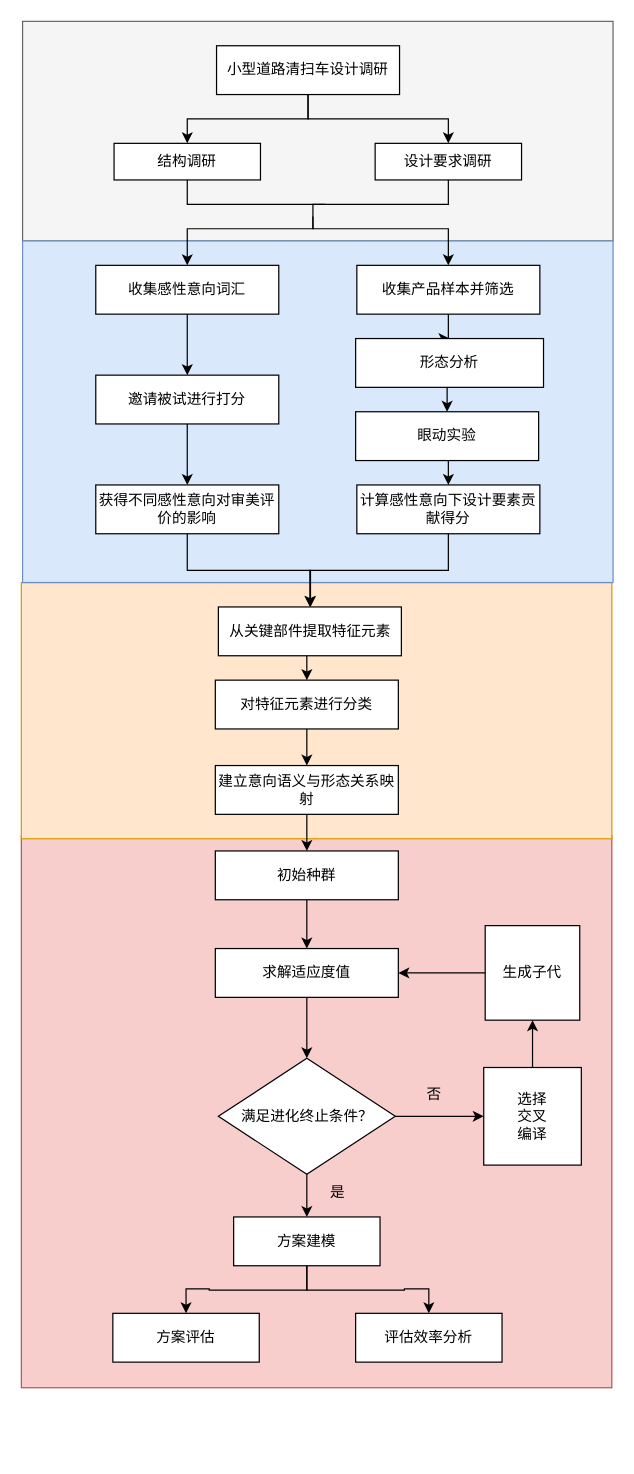
Before: 毕业设计.drawio in df3dysn/Yang-, a draw.io diagram. Source tidied: cells renumbered, new cells numbered last; positions are measured from the earlier drawing's top-left corner, leaving out a move shared by most shapes. Both pictures are drawn from the tidied source at 122%, with x=0, y=0 at pixel (21, 21).
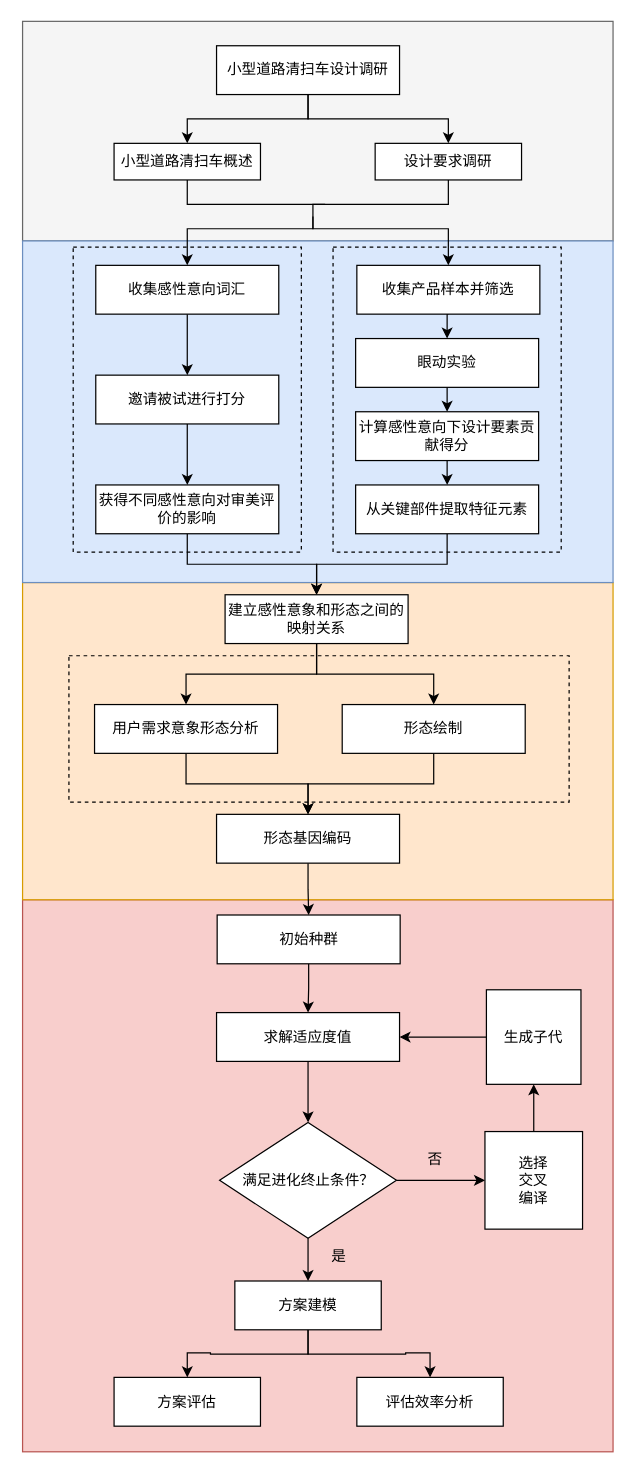
The same page after the edit.

Unchanged cells that the change refers to:
```xml
<mxCell id="11" value="收集产品样本并筛选" style="rounded=0;whiteSpace=wrap;html=1;" parent="1" vertex="1">
  <mxGeometry x="275" y="200" width="150" height="40" as="geometry" />
</mxCell>
<mxCell id="15" value="获得不同感性意向对审美评价的影响" style="rounded=0;whiteSpace=wrap;html=1;" parent="1" vertex="1">
  <mxGeometry x="61" y="380" width="150" height="40" as="geometry" />
</mxCell>
```

Change to the diagram source:
```diff
@@
     <mxCell id="3" style="rounded=0;whiteSpace=wrap;html=1;fillColor=#f8cecc;strokeColor=#b85450;" parent="1" vertex="1">
-      <mxGeometry y="667.5" width="484" height="452.5" as="geometry" />
+      <mxGeometry x="1" y="720" width="484" height="452.5" as="geometry" />
     </mxCell>
     <mxCell id="4" style="rounded=0;whiteSpace=wrap;html=1;fillColor=#ffe6cc;strokeColor=#d79b00;" parent="1" vertex="1">
-      <mxGeometry y="460" width="484" height="210" as="geometry" />
+      <mxGeometry x="1" y="460" width="484" height="260" as="geometry" />
     </mxCell>
@@
-    <mxCell id="10" style="edgeStyle=orthogonalEdgeStyle;rounded=0;jettySize=auto;html=1;startArrow=none;startFill=0;endArrow=classic;endFill=1;" parent="1" edge="1" source="11" target="51">
-      <mxGeometry relative="1" as="geometry" />
-    </mxCell>
+    <mxCell id="52" style="edgeStyle=orthogonalEdgeStyle;rounded=0;jettySize=auto;html=1;exitX=0.5;exitY=1;exitDx=0;exitDy=0;entryX=0.5;entryY=0;entryDx=0;entryDy=0;" parent="1" edge="1" source="11" target="17">
+      <mxGeometry relative="1" as="geometry" />
+    </mxCell>
@@
-    <mxCell id="14" style="edgeStyle=orthogonalEdgeStyle;rounded=0;jettySize=auto;html=1;exitX=0.5;exitY=1;exitDx=0;exitDy=0;" parent="1" edge="1" source="15" target="27">
-      <mxGeometry relative="1" as="geometry">
-        <Array as="points">
-          <mxPoint x="136" y="450" />
-          <mxPoint x="237" y="450" />
-        </Array>
-      </mxGeometry>
-    </mxCell>
+    <mxCell id="53" style="edgeStyle=orthogonalEdgeStyle;rounded=0;jettySize=auto;html=1;entryX=0.5;entryY=0;entryDx=0;entryDy=0;" parent="1" edge="1" source="15" target="57">
+      <mxGeometry relative="1" as="geometry" />
+    </mxCell>
@@
     <mxCell id="17" value="眼动实验" style="rounded=0;whiteSpace=wrap;html=1;" parent="1" vertex="1">
-      <mxGeometry x="274" y="320" width="150" height="40" as="geometry" />
+      <mxGeometry x="274" y="260" width="150" height="40" as="geometry" />
     </mxCell>
-    <mxCell id="18" style="edgeStyle=orthogonalEdgeStyle;rounded=0;jettySize=auto;html=1;exitX=0.5;exitY=1;exitDx=0;exitDy=0;entryX=0.5;entryY=0;entryDx=0;entryDy=0;" parent="1" edge="1" source="19" target="21">
-      <mxGeometry relative="1" as="geometry" />
-    </mxCell>
-    <mxCell id="19" value="建立意向语义与形态关系映射" style="rounded=0;whiteSpace=wrap;html=1;" parent="1" vertex="1">
-      <mxGeometry x="159" y="610" width="150" height="40" as="geometry" />
-    </mxCell>
@@
     <mxCell id="21" value="初始种群" style="rounded=0;whiteSpace=wrap;html=1;" parent="1" vertex="1">
-      <mxGeometry x="159" y="680" width="150" height="40" as="geometry" />
+      <mxGeometry x="160.5" y="732.5" width="150" height="40" as="geometry" />
     </mxCell>
     <mxCell id="22" style="edgeStyle=orthogonalEdgeStyle;rounded=0;jettySize=auto;html=1;exitX=0.5;exitY=1;exitDx=0;exitDy=0;entryX=0.5;entryY=0;entryDx=0;entryDy=0;" parent="1" edge="1" source="23" target="27">
-      <mxGeometry relative="1" as="geometry">
-        <Array as="points">
-          <mxPoint x="350" y="450" />
-          <mxPoint x="237" y="450" />
-        </Array>
-      </mxGeometry>
+      <mxGeometry relative="1" as="geometry" />
     </mxCell>
     <mxCell id="23" value="计算感性意向下设计要素贡献得分" style="rounded=0;whiteSpace=wrap;html=1;" parent="1" vertex="1">
-      <mxGeometry x="275" y="380" width="150" height="40" as="geometry" />
+      <mxGeometry x="274" y="320" width="150" height="40" as="geometry" />
     </mxCell>
@@
     <mxCell id="25" value="求解适应度值" style="rounded=0;whiteSpace=wrap;html=1;" parent="1" vertex="1">
-      <mxGeometry x="159" y="760" width="150" height="40" as="geometry" />
+      <mxGeometry x="160" y="812.5" width="150" height="40" as="geometry" />
     </mxCell>
-    <mxCell id="26" style="edgeStyle=orthogonalEdgeStyle;rounded=0;jettySize=auto;html=1;exitX=0.5;exitY=1;exitDx=0;exitDy=0;entryX=0.5;entryY=0;entryDx=0;entryDy=0;" parent="1" edge="1" target="29">
-      <mxGeometry relative="1" as="geometry">
-        <mxPoint x="234" y="520" as="sourcePoint" />
-      </mxGeometry>
-    </mxCell>
+    <mxCell id="54" style="edgeStyle=orthogonalEdgeStyle;rounded=0;jettySize=auto;html=1;exitX=0.5;exitY=1;exitDx=0;exitDy=0;entryX=0.5;entryY=0;entryDx=0;entryDy=0;" parent="1" edge="1" source="27" target="57">
+      <mxGeometry relative="1" as="geometry" />
+    </mxCell>
     <mxCell id="27" value="从关键部件提取特征元素" style="rounded=0;whiteSpace=wrap;html=1;" parent="1" vertex="1">
-      <mxGeometry x="161.5" y="480" width="150" height="40" as="geometry" />
+      <mxGeometry x="274" y="380" width="150" height="40" as="geometry" />
     </mxCell>
-    <mxCell id="28" style="edgeStyle=orthogonalEdgeStyle;rounded=0;jettySize=auto;html=1;exitX=0.5;exitY=1;exitDx=0;exitDy=0;entryX=0.5;entryY=0;entryDx=0;entryDy=0;" parent="1" edge="1" source="29" target="19">
-      <mxGeometry relative="1" as="geometry" />
-    </mxCell>
-    <mxCell id="29" value="对特征元素进行分类" style="rounded=0;whiteSpace=wrap;html=1;" parent="1" vertex="1">
-      <mxGeometry x="159" y="540" width="150" height="40" as="geometry" />
-    </mxCell>
     <mxCell id="30" style="edgeStyle=orthogonalEdgeStyle;rounded=0;jettySize=auto;html=1;exitX=0.5;exitY=1;exitDx=0;exitDy=0;" parent="1" edge="1" source="32">
       <mxGeometry relative="1" as="geometry">
-        <mxPoint x="234" y="980" as="targetPoint" />
+        <mxPoint x="235" y="1032.5" as="targetPoint" />
       </mxGeometry>
     </mxCell>
@@
     <mxCell id="32" value="满足进化终止条件？" style="rhombus;whiteSpace=wrap;html=1;rounded=0;spacingTop=0;spacingBottom=0;spacingRight=10;spacingLeft=10;" parent="1" vertex="1">
-      <mxGeometry x="161.5" y="850" width="145" height="95" as="geometry" />
+      <mxGeometry x="162.5" y="902.5" width="145" height="95" as="geometry" />
     </mxCell>
@@
     <mxCell id="35" value="&lt;div&gt;方案建模&lt;/div&gt;" style="whiteSpace=wrap;html=1;rounded=0;spacingTop=0;spacingLeft=10;spacingBottom=0;spacingRight=10;" parent="1" vertex="1">
-      <mxGeometry x="174" y="980" width="120" height="40" as="geometry" />
+      <mxGeometry x="175" y="1032.5" width="120" height="40" as="geometry" />
     </mxCell>
@@
     <mxCell id="37" value="&lt;div&gt;选择&lt;/div&gt;&lt;div&gt;交叉&lt;/div&gt;&lt;div&gt;编译&lt;br&gt;&lt;/div&gt;" style="whiteSpace=wrap;html=1;" parent="1" vertex="1">
-      <mxGeometry x="379" y="857.5" width="80" height="80" as="geometry" />
+      <mxGeometry x="380" y="910" width="80" height="80" as="geometry" />
     </mxCell>
@@
     <mxCell id="39" value="生成子代" style="whiteSpace=wrap;html=1;" parent="1" vertex="1">
-      <mxGeometry x="380.2" y="741.2" width="77.5" height="77.5" as="geometry" />
+      <mxGeometry x="381.2" y="793.8" width="77.5" height="77.5" as="geometry" />
     </mxCell>
     <mxCell id="40" value="否" style="text;html=1;align=center;verticalAlign=middle;strokeColor=none;fillColor=none;" parent="1" vertex="1">
-      <mxGeometry x="323" y="870" width="30" height="20" as="geometry" />
+      <mxGeometry x="324" y="922.5" width="30" height="20" as="geometry" />
     </mxCell>
     <mxCell id="41" value="是" style="text;html=1;align=center;verticalAlign=middle;strokeColor=none;fillColor=none;" parent="1" vertex="1">
-      <mxGeometry x="244" y="950" width="30" height="20" as="geometry" />
+      <mxGeometry x="245" y="1002.5" width="30" height="20" as="geometry" />
     </mxCell>
     <mxCell id="42" value="&lt;div&gt;方案评估&lt;/div&gt;" style="whiteSpace=wrap;html=1;rounded=0;spacingTop=0;spacingLeft=10;spacingBottom=0;spacingRight=10;" parent="1" vertex="1">
-      <mxGeometry x="75" y="1059" width="120" height="40" as="geometry" />
+      <mxGeometry x="76" y="1111.5" width="120" height="40" as="geometry" />
     </mxCell>
@@
     <mxCell id="46" value="评估效率分析" style="whiteSpace=wrap;html=1;rounded=0;spacingTop=0;spacingLeft=10;spacingBottom=0;spacingRight=10;" parent="1" vertex="1">
-      <mxGeometry x="274" y="1059" width="120" height="40" as="geometry" />
+      <mxGeometry x="275" y="1111.5" width="120" height="40" as="geometry" />
     </mxCell>
-    <mxCell id="47" value="结构调研" style="rounded=0;whiteSpace=wrap;html=1;" parent="1" vertex="1">
+    <mxCell id="47" value="小型道路清扫车概述" style="rounded=0;whiteSpace=wrap;html=1;" parent="1" vertex="1">
       <mxGeometry x="76" y="100" width="120" height="30" as="geometry" />
     </mxCell>
@@
-    <mxCell id="50" style="edgeStyle=orthogonalEdgeStyle;rounded=0;jettySize=auto;html=1;entryX=0.5;entryY=0;entryDx=0;entryDy=0;startArrow=none;startFill=0;endArrow=classic;endFill=1;" parent="1" edge="1" source="51" target="17">
-      <mxGeometry relative="1" as="geometry">
-        <Array as="points">
-          <mxPoint x="349" y="320" />
-          <mxPoint x="349" y="320" />
-        </Array>
-      </mxGeometry>
-    </mxCell>
-    <mxCell id="51" value="形态分析" style="whiteSpace=wrap;html=1;rounded=0;" parent="1" vertex="1">
-      <mxGeometry x="274" y="260" width="154" height="40" as="geometry" />
-    </mxCell>
+    <mxCell id="55" style="edgeStyle=orthogonalEdgeStyle;rounded=0;jettySize=auto;html=1;exitX=0.5;exitY=1;exitDx=0;exitDy=0;entryX=0.5;entryY=0;entryDx=0;entryDy=0;" parent="1" edge="1" source="57" target="63">
+      <mxGeometry relative="1" as="geometry" />
+    </mxCell>
+    <mxCell id="56" style="edgeStyle=orthogonalEdgeStyle;rounded=0;jettySize=auto;html=1;exitX=0.5;exitY=1;exitDx=0;exitDy=0;entryX=0.5;entryY=0;entryDx=0;entryDy=0;" parent="1" edge="1" source="57" target="65">
+      <mxGeometry relative="1" as="geometry" />
+    </mxCell>
+    <mxCell id="57" value="建立感性意象和形态之间的映射关系" style="rounded=0;whiteSpace=wrap;html=1;" parent="1" vertex="1">
+      <mxGeometry x="167" y="470" width="150" height="40" as="geometry" />
+    </mxCell>
+    <mxCell id="58" style="rounded=0;whiteSpace=wrap;html=1;fillColor=none;dashed=1;" parent="1" vertex="1">
+      <mxGeometry x="42.5" y="185" width="187" height="250" as="geometry" />
+    </mxCell>
+    <mxCell id="59" style="rounded=0;whiteSpace=wrap;html=1;fillColor=none;dashed=1;" parent="1" vertex="1">
+      <mxGeometry x="255.5" y="185" width="187" height="250" as="geometry" />
+    </mxCell>
+    <mxCell id="60" style="edgeStyle=orthogonalEdgeStyle;rounded=0;jettySize=auto;html=1;exitX=0.5;exitY=1;exitDx=0;exitDy=0;" parent="1" edge="1" source="61" target="21">
+      <mxGeometry relative="1" as="geometry" />
+    </mxCell>
+    <mxCell id="61" value="形态基因编码" style="rounded=0;whiteSpace=wrap;html=1;" parent="1" vertex="1">
+      <mxGeometry x="160" y="650" width="150" height="40" as="geometry" />
+    </mxCell>
+    <mxCell id="62" style="edgeStyle=orthogonalEdgeStyle;rounded=0;jettySize=auto;html=1;exitX=0.5;exitY=1;exitDx=0;exitDy=0;entryX=0.5;entryY=0;entryDx=0;entryDy=0;" parent="1" edge="1" source="63" target="61">
+      <mxGeometry relative="1" as="geometry" />
+    </mxCell>
+    <mxCell id="63" value="用户需求意象形态分析" style="rounded=0;whiteSpace=wrap;html=1;" parent="1" vertex="1">
+      <mxGeometry x="60" y="560" width="150" height="40" as="geometry" />
+    </mxCell>
+    <mxCell id="64" style="edgeStyle=orthogonalEdgeStyle;rounded=0;jettySize=auto;html=1;exitX=0.5;exitY=1;exitDx=0;exitDy=0;entryX=0.5;entryY=0;entryDx=0;entryDy=0;" parent="1" edge="1" source="65" target="61">
+      <mxGeometry relative="1" as="geometry" />
+    </mxCell>
+    <mxCell id="65" value="形态绘制" style="rounded=0;whiteSpace=wrap;html=1;" parent="1" vertex="1">
+      <mxGeometry x="263" y="560" width="150" height="40" as="geometry" />
+    </mxCell>
+    <mxCell id="66" style="rounded=0;whiteSpace=wrap;html=1;fillColor=none;dashed=1;" parent="1" vertex="1">
+      <mxGeometry x="39" y="520" width="410" height="120" as="geometry" />
+    </mxCell>
```
